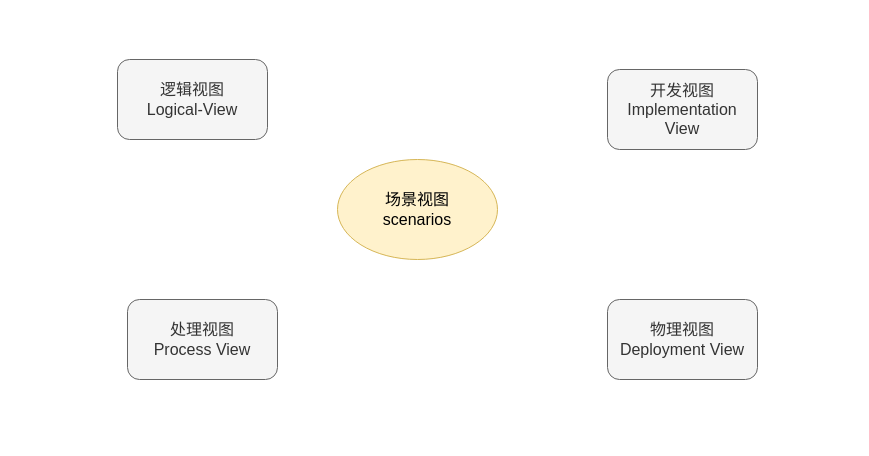
The draw.io diagram RUP.drawio in ChengziMao/helloword, before the edit. Source tidied: cells renumbered, new cells numbered last; positions are measured from the earlier drawing's top-left corner, leaving out a move shared by most shapes. Both pictures are drawn from the tidied source at 100%, with x=0, y=0 at pixel (117, 59).
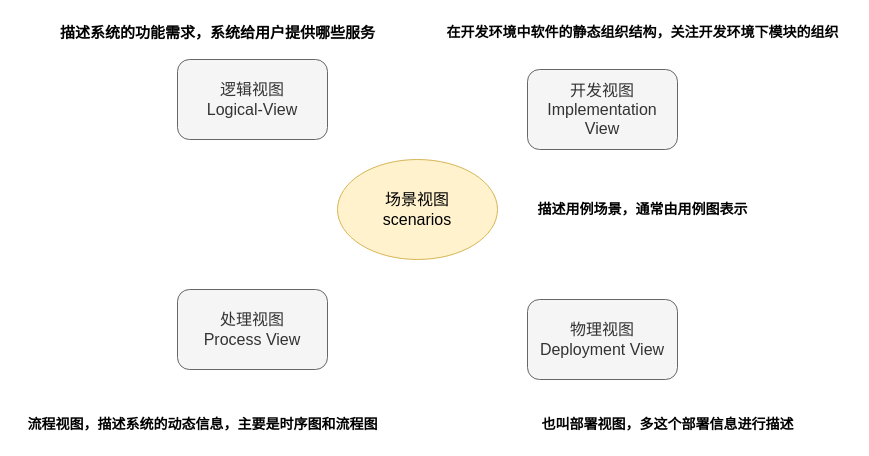
Above is the later version.

Diff of the diagram source:
```diff
@@
 <mxGraphModel>
   <root>
     <mxCell id="0" />
     <mxCell id="1" parent="0" />
     <mxCell id="2" value="场景视图&lt;div&gt;scenarios&lt;/div&gt;" style="ellipse;whiteSpace=wrap;html=1;fillColor=#fff2cc;strokeColor=#d6b656;fontSize=16;" parent="1" vertex="1">
       <mxGeometry x="220" y="100" width="160" height="100" as="geometry" />
     </mxCell>
     <mxCell id="3" value="逻辑视图&lt;div&gt;Logical-View&lt;/div&gt;" style="rounded=1;whiteSpace=wrap;html=1;fillColor=#f5f5f5;fontColor=#333333;strokeColor=#666666;fontSize=16;" parent="1" vertex="1">
-      <mxGeometry width="150" height="80" as="geometry" />
+      <mxGeometry x="60" width="150" height="80" as="geometry" />
     </mxCell>
     <mxCell id="4" value="开发视图&lt;div&gt;Implementation&lt;/div&gt;&lt;div&gt;View&lt;/div&gt;" style="rounded=1;whiteSpace=wrap;html=1;fillColor=#f5f5f5;fontColor=#333333;strokeColor=#666666;fontSize=16;" parent="1" vertex="1">
-      <mxGeometry x="490" y="10" width="150" height="80" as="geometry" />
+      <mxGeometry x="410" y="10" width="150" height="80" as="geometry" />
     </mxCell>
     <mxCell id="5" value="处理视图&lt;div&gt;Process View&lt;/div&gt;" style="rounded=1;whiteSpace=wrap;html=1;fillColor=#f5f5f5;fontColor=#333333;strokeColor=#666666;fontSize=16;" parent="1" vertex="1">
-      <mxGeometry x="10" y="240" width="150" height="80" as="geometry" />
+      <mxGeometry x="60" y="230" width="150" height="80" as="geometry" />
     </mxCell>
     <mxCell id="6" value="物理视图&lt;div&gt;Deployment View&lt;/div&gt;" style="rounded=1;whiteSpace=wrap;html=1;fillColor=#f5f5f5;fontColor=#333333;strokeColor=#666666;fontSize=16;" parent="1" vertex="1">
-      <mxGeometry x="490" y="240" width="150" height="80" as="geometry" />
+      <mxGeometry x="410" y="240" width="150" height="80" as="geometry" />
     </mxCell>
+    <mxCell id="7" value="描述系统的功能需求，系统给用户提供哪些服务" style="text;html=1;align=center;verticalAlign=middle;strokeColor=none;fillColor=none;fontSize=15;fontStyle=1;" parent="1" vertex="1">
+      <mxGeometry x="-70" y="-42" width="340" height="30" as="geometry" />
+    </mxCell>
+    <mxCell id="8" value="在开发环境中软件的静态组织结构，关注开发环境下模块的组织" style="text;html=1;align=center;verticalAlign=middle;strokeColor=none;fillColor=none;fontSize=14;fontStyle=1;" parent="1" vertex="1">
+      <mxGeometry x="315" y="-42" width="420" height="30" as="geometry" />
+    </mxCell>
+    <mxCell id="9" value="描述用例场景，通常由用例图表示" style="text;html=1;align=center;verticalAlign=middle;strokeColor=none;fillColor=none;fontSize=14;fontStyle=1;" parent="1" vertex="1">
+      <mxGeometry x="410" y="135" width="230" height="30" as="geometry" />
+    </mxCell>
+    <mxCell id="10" value="流程视图，描述系统的动态信息，主要是时序图和流程图" style="text;html=1;align=center;verticalAlign=middle;strokeColor=none;fillColor=none;fontSize=14;fontStyle=1;" parent="1" vertex="1">
+      <mxGeometry x="-100" y="350" width="370" height="30" as="geometry" />
+    </mxCell>
+    <mxCell id="11" value="也叫部署视图，多这个部署信息进行描述" style="text;html=1;align=center;verticalAlign=middle;strokeColor=none;fillColor=none;fontSize=14;fontStyle=1;" parent="1" vertex="1">
+      <mxGeometry x="410" y="350" width="280" height="30" as="geometry" />
+    </mxCell>
   </root>
 </mxGraphModel>
```
